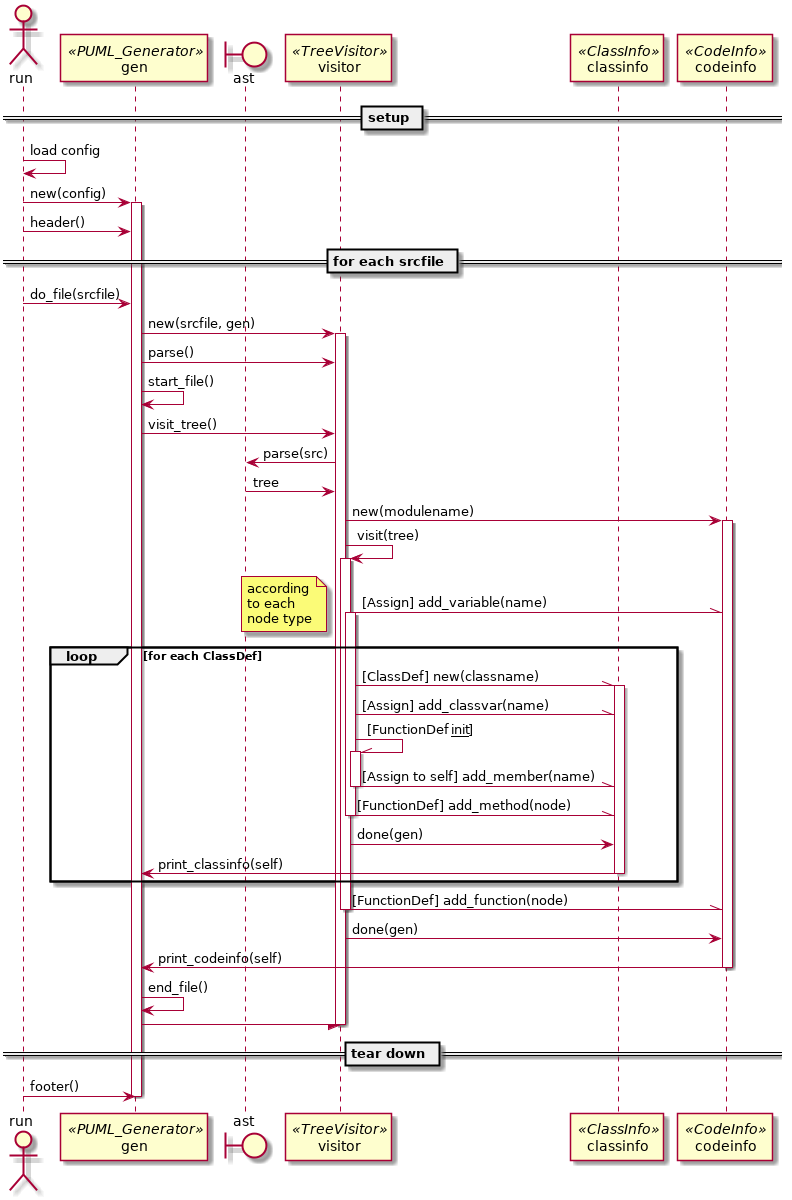
Above: py2puml/docs/seq2.png in deadbok/py-puml-tools (PlantUML), before the change. The source it was exported from:
```plantuml
@startuml
actor run
participant gen <<PUML_Generator>>
boundary ast
participant visitor <<TreeVisitor>>
participant classinfo <<ClassInfo>>
participant codeinfo <<CodeInfo>>

== setup ==
run -> run : load config
run -> gen : new(config)
activate gen
run -> gen : header()

== for each srcfile ==
run -> gen : do_file(srcfile)
gen -> visitor : new(srcfile, gen)
activate visitor
gen -> visitor : parse()
gen -> gen : start_file()
gen -> visitor : visit_tree()
visitor -> ast : parse(src)
visitor <- ast : tree
visitor -> codeinfo : new(modulename)
activate codeinfo
visitor -> visitor : visit(tree)
activate visitor
visitor -\\ codeinfo : [Assign] add_variable(name)
loop for each ClassDef
note left
     according
     to each
     node type
end note
activate visitor
visitor -\\ classinfo : [ClassDef] new(classname)
activate classinfo
visitor -\\ classinfo : [Assign] add_classvar(name)
visitor -\\ visitor : [FunctionDef __init__]
activate visitor
visitor -\\ classinfo : [Assign to self] add_member(name)
deactivate visitor
visitor -\\ classinfo : [FunctionDef] add_method(node)
deactivate visitor
visitor -> classinfo : done(gen)
classinfo -> gen : print_classinfo(self)
deactivate classinfo
end
visitor -\\ codeinfo : [FunctionDef] add_function(node)
deactivate visitor
visitor -> codeinfo : done(gen)
codeinfo -> gen : print_codeinfo(self)
deactivate codeinfo
gen -> gen : end_file()
gen -/ visitor
deactivate visitor

== tear down ==
run -> gen : footer()
deactivate gen
@enduml
```
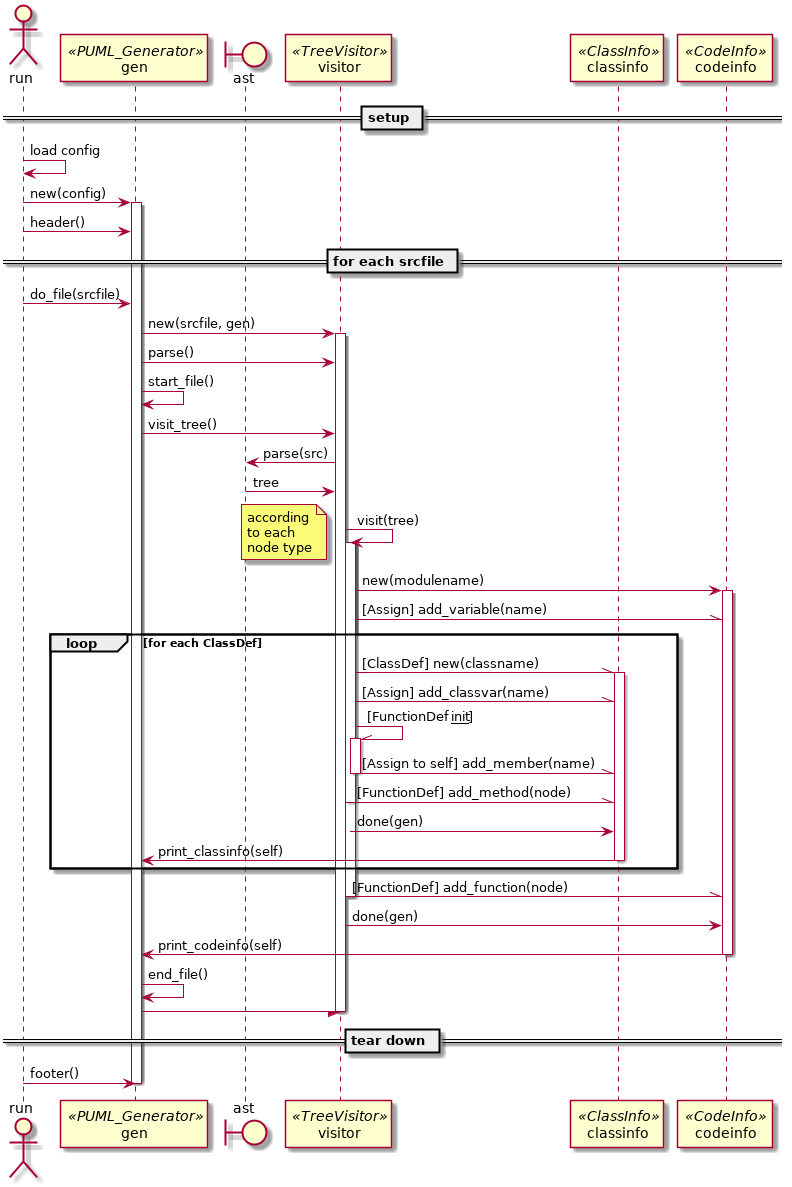
Above is the later version.

The edit, as a diff of the source:
```diff
@@ -21,18 +21,18 @@
 gen -> visitor : visit_tree()
 visitor -> ast : parse(src)
 visitor <- ast : tree
-visitor -> codeinfo : new(modulename)
-activate codeinfo
 visitor -> visitor : visit(tree)
 activate visitor
-visitor -\\ codeinfo : [Assign] add_variable(name)
-loop for each ClassDef
 note left
      according
      to each
      node type
 end note
 activate visitor
+visitor -> codeinfo : new(modulename)
+activate codeinfo
+visitor -\\ codeinfo : [Assign] add_variable(name)
+loop for each ClassDef
 visitor -\\ classinfo : [ClassDef] new(classname)
 activate classinfo
 visitor -\\ classinfo : [Assign] add_classvar(name)
```
